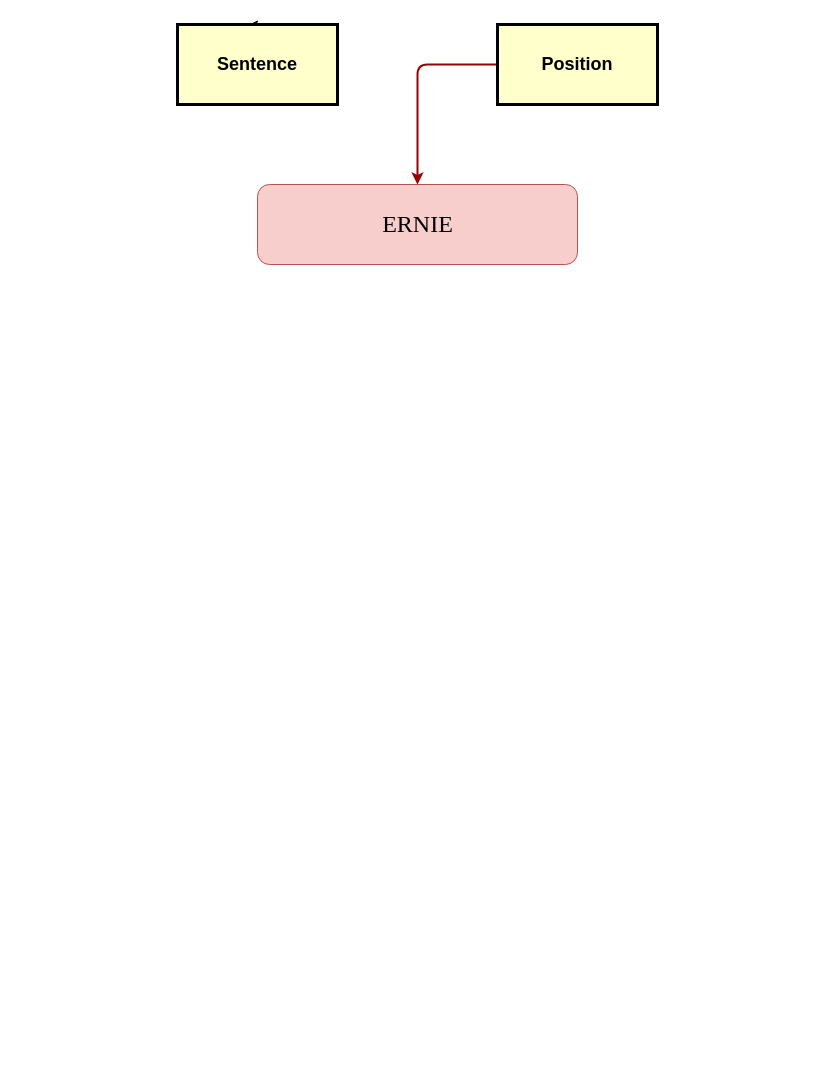
The draw.io diagram AttentionRank.drawio in yesxiaoyu/git-demo, before the edit. Source tidied: cells renumbered, new cells numbered last; positions are measured from the earlier drawing's top-left corner, leaving out a move shared by most shapes. Both pictures are drawn from the tidied source at 100%, with x=0, y=0 at pixel (177, 24).
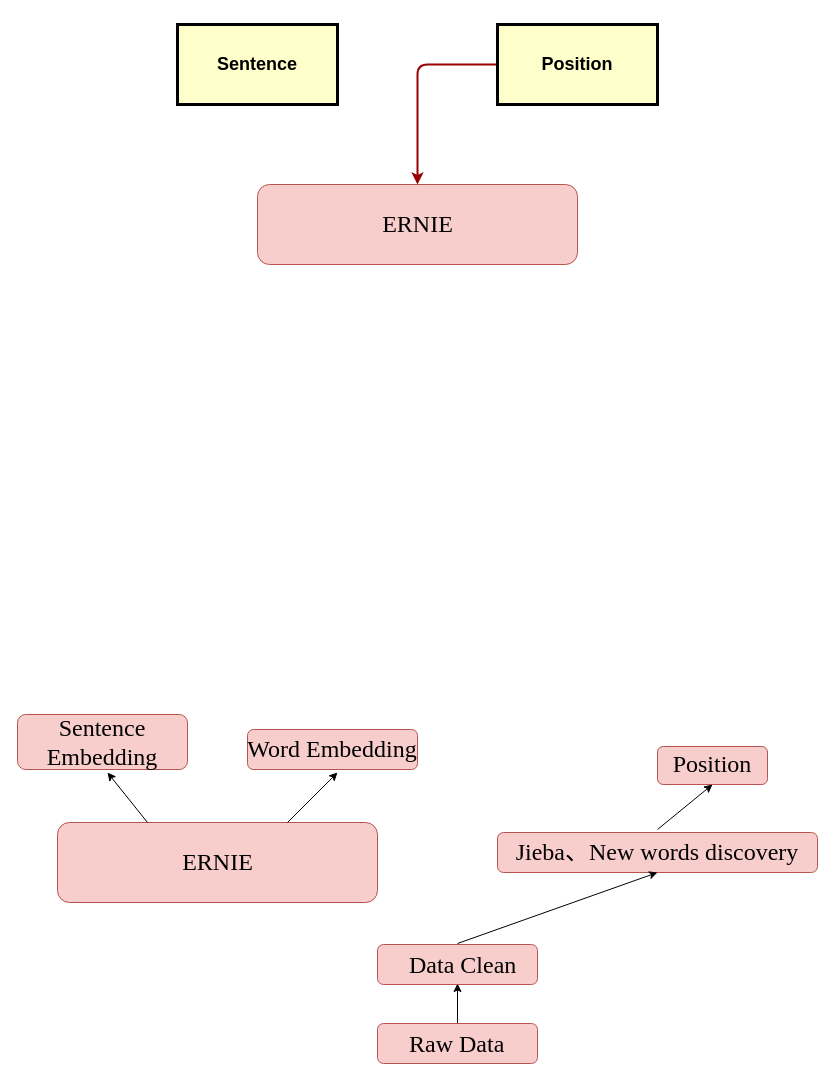
The same diagram, later.

The change refers to these unchanged cells:
```xml
<mxCell id="8" value="Sentence" style="whiteSpace=wrap;align=center;verticalAlign=middle;fontStyle=1;strokeWidth=3;fillColor=#FFFFCC;fontSize=18;" parent="1" vertex="1">
  <mxGeometry width="160" height="80" as="geometry" />
</mxCell>
```

What changed in the source:
```diff
@@
-    <mxCell id="7" style="edgeStyle=orthogonalEdgeStyle;rounded=0;jettySize=auto;html=1;exitX=0.5;exitY=0;exitDx=0;exitDy=0;fontFamily=Times New Roman;fontSize=18;" parent="1" edge="1" source="8">
-      <mxGeometry relative="1" as="geometry">
-        <mxPoint x="72" as="targetPoint" />
-      </mxGeometry>
-    </mxCell>
@@
+    <mxCell id="11" style="edgeStyle=orthogonalEdgeStyle;rounded=0;orthogonalLoop=1;jettySize=auto;html=1;entryX=0.5;entryY=1;entryDx=0;entryDy=0;" parent="1" edge="1">
+      <mxGeometry relative="1" as="geometry">
+        <mxPoint x="280" y="1000" as="sourcePoint" />
+        <mxPoint x="280" y="959" as="targetPoint" />
+      </mxGeometry>
+    </mxCell>
+    <mxCell id="12" style="group;fillColor=#ffffff;" parent="1" vertex="1">
+      <mxGeometry x="320" y="808" width="320" height="40" as="geometry" />
+    </mxCell>
+    <mxCell id="13" style="group;align=center;" parent="12" vertex="1">
+      <mxGeometry width="320" height="40" as="geometry" />
+    </mxCell>
+    <mxCell id="14" style="group;" parent="13" vertex="1">
+      <mxGeometry width="320" height="40" as="geometry" />
+    </mxCell>
+    <mxCell id="15" style="rounded=1;whiteSpace=wrap;html=1;fontSize=24;fillColor=#f8cecc;strokeColor=#b85450;" parent="14" vertex="1">
+      <mxGeometry width="320" height="40" as="geometry" />
+    </mxCell>
+    <mxCell id="16" value="Jieba、New&amp;nbsp;words&amp;nbsp;discovery" style="text;html=1;strokeColor=none;fillColor=none;align=center;verticalAlign=middle;whiteSpace=wrap;rounded=0;fontSize=24;fontFamily=Times New Roman;" parent="14" vertex="1">
+      <mxGeometry x="10" y="14" width="300" height="11" as="geometry" />
+    </mxCell>
+    <mxCell id="17" style="endArrow=classic;html=1;entryX=0.5;entryY=1;entryDx=0;entryDy=0;" parent="1" edge="1" target="15">
+      <mxGeometry relative="1" as="geometry">
+        <mxPoint x="280" y="919" as="sourcePoint" />
+      </mxGeometry>
+    </mxCell>
+    <mxCell id="18" style="group;fillColor=#ffffff;" parent="1" vertex="1">
+      <mxGeometry x="510" y="722" width="80" height="38" as="geometry" />
+    </mxCell>
+    <mxCell id="19" style="group;align=center;" parent="18" vertex="1">
+      <mxGeometry width="80" height="38" as="geometry" />
+    </mxCell>
+    <mxCell id="20" style="group;" parent="19" vertex="1">
+      <mxGeometry width="80" height="38" as="geometry" />
+    </mxCell>
+    <mxCell id="21" style="rounded=1;whiteSpace=wrap;html=1;fontSize=24;fillColor=#f8cecc;strokeColor=#b85450;" parent="20" vertex="1">
+      <mxGeometry x="-30" width="110" height="38" as="geometry" />
+    </mxCell>
+    <mxCell id="22" value="Position" style="text;html=1;strokeColor=none;fillColor=none;align=center;verticalAlign=middle;whiteSpace=wrap;rounded=0;fontSize=24;fontFamily=Times New Roman;" parent="20" vertex="1">
+      <mxGeometry x="-30" y="13" width="110" height="10" as="geometry" />
+    </mxCell>
+    <mxCell id="23" style="endArrow=classic;html=1;entryX=0.5;entryY=1;entryDx=0;entryDy=0;" parent="1" edge="1" target="21">
+      <mxGeometry relative="1" as="geometry">
+        <mxPoint x="480" y="805" as="sourcePoint" />
+      </mxGeometry>
+    </mxCell>
+    <mxCell id="24" style="group;" parent="1" vertex="1">
+      <mxGeometry x="200" y="920" width="160" height="40" as="geometry" />
+    </mxCell>
+    <mxCell id="25" style="rounded=1;whiteSpace=wrap;html=1;fontSize=24;fillColor=#f8cecc;strokeColor=#b85450;" parent="24" vertex="1">
+      <mxGeometry width="160" height="40" as="geometry" />
+    </mxCell>
+    <mxCell id="26" value="&lt;font style=&quot;font-size: 24px&quot; face=&quot;Times New Roman&quot;&gt;Data Clean&lt;/font&gt;" style="text;html=1;" parent="24" vertex="1">
+      <mxGeometry x="30" width="90" height="30" as="geometry" />
+    </mxCell>
+    <mxCell id="27" style="group;" parent="1" vertex="1">
+      <mxGeometry x="200" y="999" width="160" height="40" as="geometry" />
+    </mxCell>
+    <mxCell id="28" style="rounded=1;whiteSpace=wrap;html=1;fontSize=24;fillColor=#f8cecc;strokeColor=#b85450;" parent="27" vertex="1">
+      <mxGeometry width="160" height="40" as="geometry" />
+    </mxCell>
+    <mxCell id="29" value="&lt;font face=&quot;Times New Roman&quot;&gt;&lt;span style=&quot;font-size: 24px&quot;&gt;Raw&amp;nbsp;Data&lt;/span&gt;&lt;/font&gt;&lt;br&gt;" style="text;html=1;" parent="27" vertex="1">
+      <mxGeometry x="30" width="90" height="30" as="geometry" />
+    </mxCell>
+    <mxCell id="30" style="group;fillColor=#ffffff;" parent="1" vertex="1">
+      <mxGeometry x="-120" y="798" width="320" height="80" as="geometry" />
+    </mxCell>
+    <mxCell id="31" style="group;" parent="30" vertex="1">
+      <mxGeometry width="320" height="80" as="geometry" />
+    </mxCell>
+    <mxCell id="32" style="group;" parent="31" vertex="1">
+      <mxGeometry width="320" height="80" as="geometry" />
+    </mxCell>
+    <mxCell id="33" style="rounded=1;whiteSpace=wrap;html=1;fontSize=24;fillColor=#f8cecc;strokeColor=#b85450;" parent="32" vertex="1">
+      <mxGeometry width="320" height="80" as="geometry" />
+    </mxCell>
+    <mxCell id="34" value="ERNIE" style="text;html=1;strokeColor=none;fillColor=none;align=center;verticalAlign=middle;whiteSpace=wrap;rounded=0;fontSize=24;fontFamily=Times New Roman;" parent="32" vertex="1">
+      <mxGeometry x="141.7" y="30" width="36.6" height="20" as="geometry" />
+    </mxCell>
+    <mxCell id="35" style="endArrow=classic;html=1;" parent="1" edge="1">
+      <mxGeometry relative="1" as="geometry">
+        <mxPoint x="110" y="798" as="sourcePoint" />
+        <mxPoint x="160" y="748" as="targetPoint" />
+      </mxGeometry>
+    </mxCell>
+    <mxCell id="36" style="endArrow=classic;html=1;" parent="1" edge="1">
+      <mxGeometry relative="1" as="geometry">
+        <mxPoint x="-30" y="798" as="sourcePoint" />
+        <mxPoint x="-70" y="748" as="targetPoint" />
+      </mxGeometry>
+    </mxCell>
+    <mxCell id="37" value="&lt;font face=&quot;Times New Roman&quot;&gt;Word&amp;nbsp;Embedding&lt;/font&gt;" style="rounded=1;whiteSpace=wrap;html=1;fontSize=24;fillColor=#f8cecc;strokeColor=#b85450;" parent="1" vertex="1">
+      <mxGeometry x="70" y="705" width="170" height="40" as="geometry" />
+    </mxCell>
+    <mxCell id="38" value="&lt;font face=&quot;Times New Roman&quot;&gt;Sentence Embedding&lt;/font&gt;" style="rounded=1;whiteSpace=wrap;html=1;fontSize=24;fillColor=#f8cecc;strokeColor=#b85450;" parent="1" vertex="1">
+      <mxGeometry x="-160" y="690" width="170" height="55" as="geometry" />
+    </mxCell>
```
